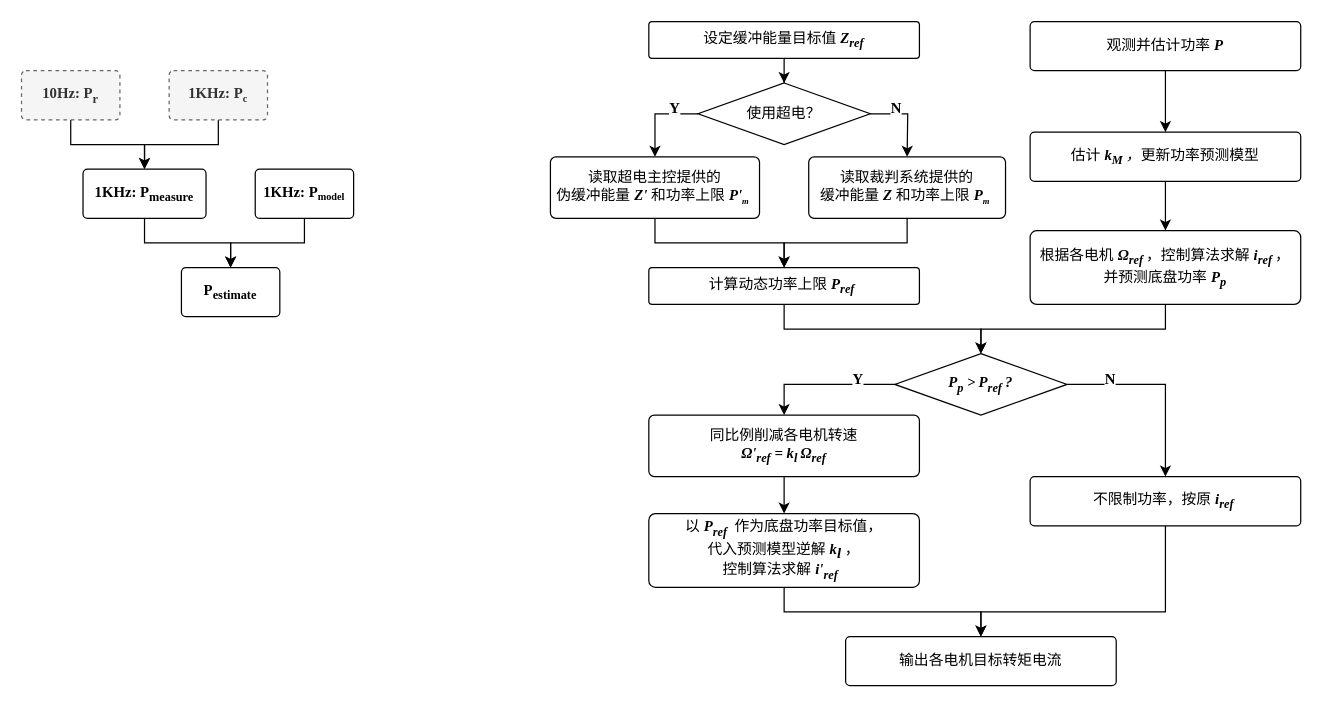
The draw.io diagram docs/组件说明/机器人通用组件/算法/底盘功率限制.assets/power_limiter.drawio in ZJU-HelloWorld/Wiki, before the edit. Source tidied: cells renumbered, new cells numbered last; positions are measured from the earlier drawing's top-left corner, leaving out a move shared by most shapes. Both pictures are drawn from the tidied source at 123%, with x=0, y=0 at pixel (21, 21).
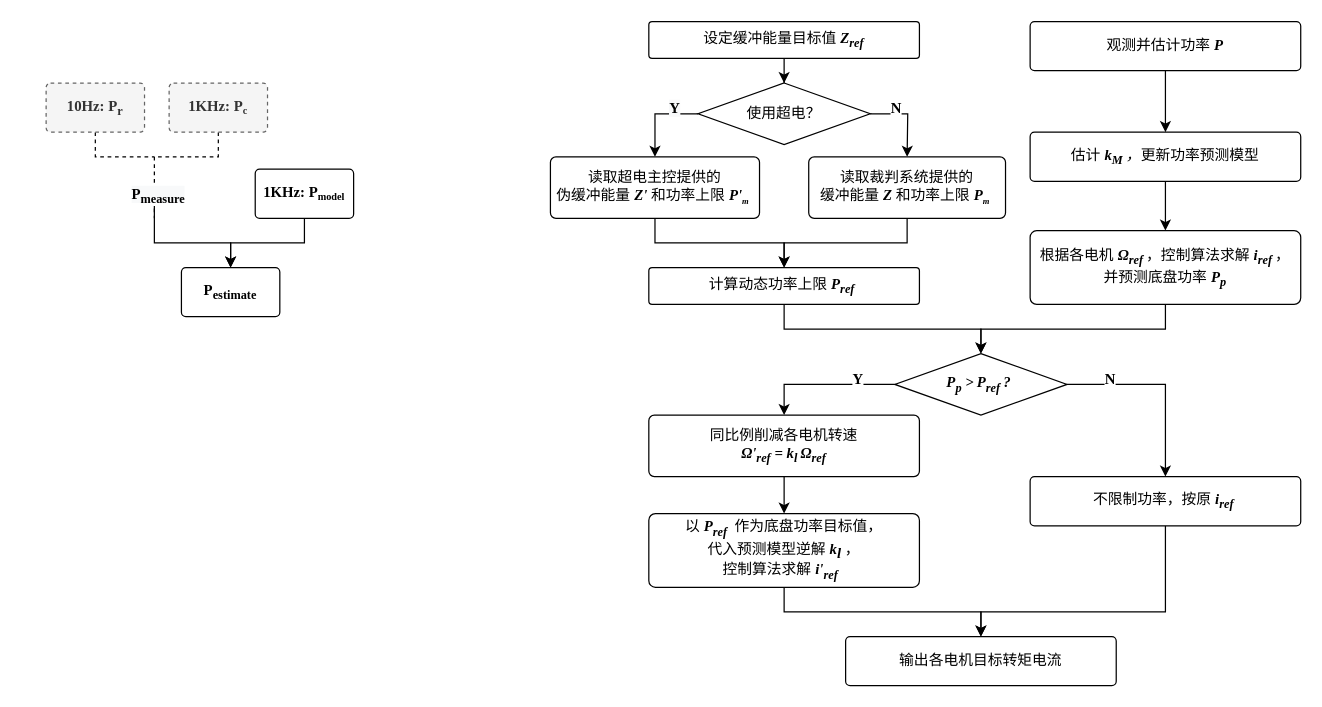
The same page after the edit.

Commit message (it also covers changes not shown here):
fix: test and fix chassis power limitation

Unchanged cells that the change refers to:
```xml
<mxCell id="41" value="&lt;font face=&quot;Times New Roman&quot;&gt;&lt;b&gt;P&lt;sub&gt;estimate&lt;/sub&gt;&lt;/b&gt;&lt;/font&gt;" style="rounded=1;whiteSpace=wrap;html=1;arcSize=9;" parent="1" vertex="1">
  <mxGeometry x="130" y="200" width="80" height="40" as="geometry" />
</mxCell>
```

What changed in the source:
```diff
@@
-    <mxCell id="14" value="&lt;b style=&quot;font-family: &amp;#34;helvetica&amp;#34;&quot;&gt;&lt;i&gt;&lt;font face=&quot;Times New Roman&quot;&gt;P&lt;sub&gt;p&lt;/sub&gt; &amp;gt;&lt;sub&gt;&amp;nbsp;&lt;/sub&gt;&lt;/font&gt;&lt;/i&gt;&lt;/b&gt;&lt;b style=&quot;font-family: &amp;#34;helvetica&amp;#34;&quot;&gt;&lt;font face=&quot;Times New Roman&quot;&gt;&lt;i&gt;P&lt;sub&gt;ref &lt;/sub&gt;?&lt;/i&gt;&lt;/font&gt;&lt;/b&gt;" style="rhombus;whiteSpace=wrap;html=1;fontFamily=Times New Roman;" parent="1" vertex="1">
+    <mxCell id="14" value="&lt;b style=&quot;font-family: &amp;#34;helvetica&amp;#34;&quot;&gt;&lt;i&gt;&lt;font face=&quot;Times New Roman&quot;&gt;P&lt;sub&gt;p&lt;/sub&gt; &amp;gt;&lt;sub&gt;&amp;nbsp;&lt;/sub&gt;&lt;/font&gt;&lt;/i&gt;&lt;/b&gt;&lt;b style=&quot;font-family: &amp;#34;helvetica&amp;#34;&quot;&gt;&lt;font face=&quot;Times New Roman&quot;&gt;&lt;i&gt;P&lt;sub&gt;ref &lt;/sub&gt;?&amp;nbsp;&lt;/i&gt;&lt;/font&gt;&lt;/b&gt;" style="rhombus;whiteSpace=wrap;html=1;fontFamily=Times New Roman;" parent="1" vertex="1">
       <mxGeometry x="710" y="270" width="140" height="50" as="geometry" />
     </mxCell>
@@
-    <mxCell id="33" style="edgeStyle=orthogonalEdgeStyle;rounded=0;jettySize=auto;html=1;exitX=0.5;exitY=1;exitDx=0;exitDy=0;entryX=0.5;entryY=0;entryDx=0;entryDy=0;" parent="1" edge="1" source="34" target="40">
-      <mxGeometry relative="1" as="geometry" />
+    <mxCell id="33" style="edgeStyle=orthogonalEdgeStyle;rounded=0;jettySize=auto;html=1;exitX=0.5;exitY=1;exitDx=0;exitDy=0;endArrow=none;endFill=0;dashed=1;" parent="1" edge="1" source="34">
+      <mxGeometry relative="1" as="geometry">
+        <mxPoint x="108" y="110" as="targetPoint" />
+        <Array as="points">
+          <mxPoint x="60" y="110" />
+          <mxPoint x="108" y="110" />
+        </Array>
+      </mxGeometry>
     </mxCell>
     <mxCell id="34" value="&lt;font face=&quot;Times New Roman&quot;&gt;&lt;b&gt;10Hz: P&lt;sub&gt;r&lt;/sub&gt;&lt;/b&gt;&lt;/font&gt;" style="rounded=1;whiteSpace=wrap;html=1;arcSize=9;fillColor=#f5f5f5;fontColor=#333333;strokeColor=#666666;dashed=1;" parent="1" vertex="1">
-      <mxGeometry y="40" width="80" height="40" as="geometry" />
+      <mxGeometry x="20" y="50" width="80" height="40" as="geometry" />
     </mxCell>
-    <mxCell id="35" style="edgeStyle=orthogonalEdgeStyle;rounded=0;jettySize=auto;html=1;exitX=0.5;exitY=1;exitDx=0;exitDy=0;entryX=0.5;entryY=0;entryDx=0;entryDy=0;" parent="1" edge="1" source="36" target="40">
-      <mxGeometry relative="1" as="geometry" />
+    <mxCell id="35" style="edgeStyle=orthogonalEdgeStyle;rounded=0;jettySize=auto;html=1;exitX=0.5;exitY=1;exitDx=0;exitDy=0;endArrow=none;endFill=0;dashed=1;" parent="1" edge="1" source="36">
+      <mxGeometry relative="1" as="geometry">
+        <mxPoint x="108" y="160" as="targetPoint" />
+        <Array as="points">
+          <mxPoint x="160" y="110" />
+          <mxPoint x="108" y="110" />
+        </Array>
+      </mxGeometry>
     </mxCell>
+    <mxCell id="42" value="&lt;b style=&quot;font-size: 12px ; font-family: &amp;#34;times new roman&amp;#34; ; background-color: rgb(248 , 249 , 250)&quot;&gt;P&lt;sub&gt;measure&lt;/sub&gt;&lt;/b&gt;" style="edgeLabel;html=1;align=center;verticalAlign=middle;" parent="35" vertex="1">
+      <mxGeometry x="0.83" y="-1" relative="1" as="geometry">
+        <mxPoint x="3" y="-9" as="offset" />
+      </mxGeometry>
+    </mxCell>
     <mxCell id="36" value="&lt;font face=&quot;Times New Roman&quot;&gt;&lt;b&gt;1KHz: P&lt;span style=&quot;font-size: 10px&quot;&gt;&lt;sub&gt;c&lt;/sub&gt;&lt;/span&gt;&lt;/b&gt;&lt;/font&gt;" style="rounded=1;whiteSpace=wrap;html=1;arcSize=9;fillColor=#f5f5f5;fontColor=#333333;strokeColor=#666666;dashed=1;" parent="1" vertex="1">
-      <mxGeometry x="120" y="40" width="80" height="40" as="geometry" />
+      <mxGeometry x="120" y="50" width="80" height="40" as="geometry" />
     </mxCell>
@@
-    <mxCell id="39" style="edgeStyle=orthogonalEdgeStyle;rounded=0;jettySize=auto;html=1;entryX=0.5;entryY=0;entryDx=0;entryDy=0;" parent="1" edge="1" source="40" target="41">
-      <mxGeometry relative="1" as="geometry" />
+    <mxCell id="39" style="edgeStyle=orthogonalEdgeStyle;rounded=0;jettySize=auto;html=1;entryX=0.5;entryY=0;entryDx=0;entryDy=0;startArrow=none;" parent="1" edge="1" target="41">
+      <mxGeometry relative="1" as="geometry">
+        <mxPoint x="108" y="150" as="sourcePoint" />
+        <Array as="points">
+          <mxPoint x="108" y="180" />
+          <mxPoint x="170" y="180" />
+        </Array>
+      </mxGeometry>
     </mxCell>
-    <mxCell id="40" value="&lt;font face=&quot;Times New Roman&quot;&gt;&lt;b&gt;1KHz: P&lt;sub&gt;measure&lt;/sub&gt;&lt;/b&gt;&lt;/font&gt;" style="rounded=1;whiteSpace=wrap;html=1;arcSize=9;" parent="1" vertex="1">
-      <mxGeometry x="50" y="120" width="100" height="40" as="geometry" />
-    </mxCell>
```
